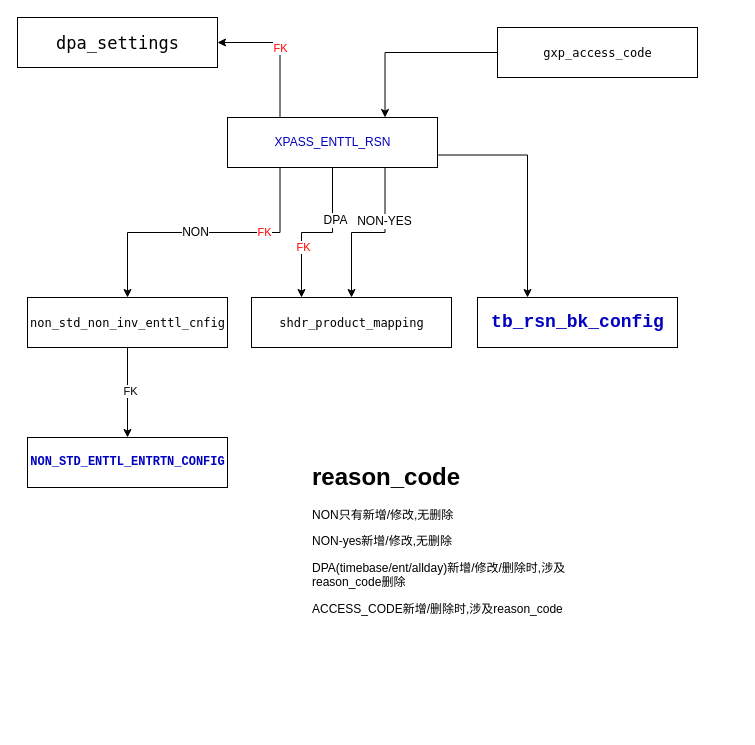
The draw.io diagram disney/reason_code.drawio in lixyu/draw, before the edit. Source tidied: cells renumbered, new cells numbered last; positions are measured from the earlier drawing's top-left corner, leaving out a move shared by most shapes. Both pictures are drawn from the tidied source at 100%, with x=0, y=0 at pixel (17, 17).
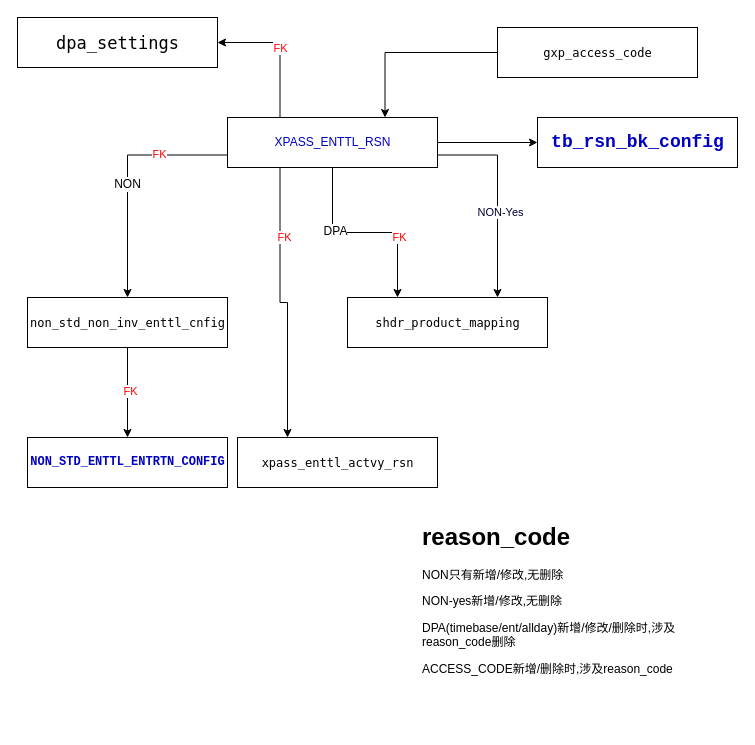
Above is the later version.

Unchanged cells that the change refers to:
```xml
<mxCell id="12" value="&lt;p style=&quot;background-color: rgb(255 , 255 , 255) ; color: rgb(51 , 51 , 51)&quot;&gt;&lt;span style=&quot;color: rgb(0 , 0 , 192)&quot;&gt;&lt;font style=&quot;font-size: 12px&quot;&gt;XPASS_ENTTL_RSN&lt;/font&gt;&lt;/span&gt;&lt;/p&gt;" style="html=1;" parent="1" vertex="1">
  <mxGeometry x="210" y="100" width="210" height="50" as="geometry" />
</mxCell>
<mxCell id="14" style="edgeStyle=orthogonalEdgeStyle;rounded=0;jettySize=auto;html=1;exitX=0.5;exitY=1;exitDx=0;exitDy=0;fontSize=12;" parent="1" edge="1" source="16" target="13">
  <mxGeometry relative="1" as="geometry" />
</mxCell>
<mxCell id="16" value="&lt;pre style=&quot;background-color: rgb(255 , 255 , 255) ; color: rgb(51 , 51 , 51)&quot;&gt;&lt;p class=&quot;p1&quot; style=&quot;margin: 0px ; font-stretch: normal ; line-height: normal ; font-family: &amp;#34;menlo&amp;#34; ; color: rgb(0 , 0 , 0)&quot;&gt;non_std_non_inv_enttl_cnfig&lt;/p&gt;&lt;/pre&gt;" style="html=1;" parent="1" vertex="1">
  <mxGeometry x="10" y="280" width="200" height="50" as="geometry" />
</mxCell>
<mxCell id="21" value="&lt;pre style=&quot;background-color: rgb(255 , 255 , 255) ; color: rgb(51 , 51 , 51)&quot;&gt;&lt;p class=&quot;p1&quot; style=&quot;margin: 0px ; font-stretch: normal ; font-size: 17px ; line-height: normal ; font-family: &amp;#34;menlo&amp;#34; ; color: rgb(0 , 0 , 0)&quot;&gt;dpa_settings&lt;/p&gt;&lt;/pre&gt;" style="html=1;" parent="1" vertex="1">
  <mxGeometry width="200" height="50" as="geometry" />
</mxCell>
```

Diff of the diagram source:
```diff
@@
-    <mxCell id="2" style="edgeStyle=orthogonalEdgeStyle;rounded=0;jettySize=auto;html=1;exitX=0.25;exitY=1;exitDx=0;exitDy=0;fontSize=12;" parent="1" edge="1" source="12" target="16">
+    <mxCell id="2" style="edgeStyle=orthogonalEdgeStyle;rounded=0;jettySize=auto;html=1;exitX=0;exitY=0.75;exitDx=0;exitDy=0;fontSize=12;" parent="1" edge="1" source="12" target="16">
       <mxGeometry relative="1" as="geometry" />
     </mxCell>
@@
+    <mxCell id="11" value="&lt;font color=&quot;#ff0000&quot;&gt;FK&lt;/font&gt;" style="edgeStyle=orthogonalEdgeStyle;rounded=0;jettySize=auto;html=1;exitX=0.25;exitY=0;exitDx=0;exitDy=0;entryX=1;entryY=0.5;entryDx=0;entryDy=0;" parent="1" edge="1" source="12" target="21">
+      <mxGeometry relative="1" as="geometry" />
+    </mxCell>
+    <mxCell id="23" style="edgeStyle=orthogonalEdgeStyle;rounded=0;jettySize=auto;html=1;exitX=0.25;exitY=1;exitDx=0;exitDy=0;entryX=0.25;entryY=0;entryDx=0;entryDy=0;" parent="1" edge="1" source="12" target="26">
+      <mxGeometry relative="1" as="geometry">
+        <Array as="points">
+          <mxPoint x="263" y="285" />
+          <mxPoint x="270" y="285" />
+        </Array>
+      </mxGeometry>
+    </mxCell>
+    <mxCell id="24" value="&lt;font color=&quot;#ff0000&quot;&gt;FK&lt;/font&gt;" style="edgeLabel;html=1;align=center;verticalAlign=middle;" parent="23" vertex="1">
+      <mxGeometry x="-0.5" y="4" relative="1" as="geometry" />
+    </mxCell>
+    <mxCell id="10" style="edgeStyle=orthogonalEdgeStyle;rounded=0;jettySize=auto;html=1;exitX=1;exitY=0.5;exitDx=0;exitDy=0;entryX=0;entryY=0.5;entryDx=0;entryDy=0;" parent="1" edge="1" source="12" target="22">
+      <mxGeometry relative="1" as="geometry" />
+    </mxCell>
-    <mxCell id="8" style="edgeStyle=orthogonalEdgeStyle;rounded=0;jettySize=auto;html=1;exitX=0.75;exitY=1;exitDx=0;exitDy=0;entryX=0.5;entryY=0;entryDx=0;entryDy=0;fontSize=12;" parent="1" edge="1" source="12" target="17">
+    <mxCell id="8" style="edgeStyle=orthogonalEdgeStyle;rounded=0;jettySize=auto;html=1;exitX=1;exitY=0.75;exitDx=0;exitDy=0;entryX=0.75;entryY=0;entryDx=0;entryDy=0;fontColor=#FF0000;" parent="1" edge="1" source="12" target="17">
       <mxGeometry relative="1" as="geometry" />
     </mxCell>
-    <mxCell id="9" value="NON-YES" style="edgeLabel;html=1;align=center;verticalAlign=middle;fontSize=12;" parent="8" vertex="1">
-      <mxGeometry x="-0.35" y="-1" relative="1" as="geometry" />
-    </mxCell>
-    <mxCell id="10" style="edgeStyle=orthogonalEdgeStyle;rounded=0;jettySize=auto;html=1;exitX=1;exitY=0.75;exitDx=0;exitDy=0;entryX=0.25;entryY=0;entryDx=0;entryDy=0;" parent="1" edge="1" source="12" target="22">
-      <mxGeometry relative="1" as="geometry" />
-    </mxCell>
-    <mxCell id="11" value="&lt;font color=&quot;#ff0000&quot;&gt;FK&lt;/font&gt;" style="edgeStyle=orthogonalEdgeStyle;rounded=0;jettySize=auto;html=1;exitX=0.25;exitY=0;exitDx=0;exitDy=0;entryX=1;entryY=0.5;entryDx=0;entryDy=0;" parent="1" edge="1" source="12" target="21">
-      <mxGeometry relative="1" as="geometry" />
-    </mxCell>
+    <mxCell id="25" value="&lt;font color=&quot;#000033&quot;&gt;NON-Yes&lt;/font&gt;" style="edgeLabel;html=1;align=center;verticalAlign=middle;fontColor=#FF0000;" parent="8" vertex="1">
+      <mxGeometry x="0.15" y="2" relative="1" as="geometry">
+        <mxPoint y="1" as="offset" />
+      </mxGeometry>
+    </mxCell>
@@
-    <mxCell id="15" value="FK" style="edgeLabel;html=1;align=center;verticalAlign=middle;" parent="14" vertex="1">
+    <mxCell id="15" value="&lt;font color=&quot;#ff0000&quot;&gt;FK&lt;/font&gt;" style="edgeLabel;html=1;align=center;verticalAlign=middle;" parent="14" vertex="1">
       <mxGeometry x="-0.04" y="2" relative="1" as="geometry" />
     </mxCell>
@@
     <mxCell id="17" value="&lt;pre style=&quot;background-color: rgb(255 , 255 , 255) ; color: rgb(51 , 51 , 51)&quot;&gt;&lt;p class=&quot;p1&quot; style=&quot;margin: 0px ; font-stretch: normal ; line-height: normal ; font-family: &amp;#34;menlo&amp;#34; ; color: rgb(0 , 0 , 0)&quot;&gt;shdr_product_mapping&lt;/p&gt;&lt;/pre&gt;" style="html=1;" parent="1" vertex="1">
-      <mxGeometry x="234" y="280" width="200" height="50" as="geometry" />
+      <mxGeometry x="330" y="280" width="200" height="50" as="geometry" />
     </mxCell>
@@
     <mxCell id="20" value="&lt;h1&gt;reason_code&lt;/h1&gt;&lt;p&gt;NON只有新增/修改,无删除&lt;/p&gt;&lt;p&gt;NON-yes新增/修改,无删除&lt;br&gt;&lt;/p&gt;&lt;p&gt;DPA(timebase/ent/allday)新增/修改/删除时,涉及reason_code删除&lt;/p&gt;&lt;p&gt;ACCESS_CODE新增/删除时,涉及reason_code&lt;/p&gt;&lt;p&gt;&lt;br&gt;&lt;/p&gt;" style="text;html=1;strokeColor=none;fillColor=none;spacing=5;spacingTop=-20;whiteSpace=wrap;overflow=hidden;rounded=0;fontSize=12;" parent="1" vertex="1">
-      <mxGeometry x="290" y="440" width="290" height="210" as="geometry" />
+      <mxGeometry x="400" y="500" width="290" height="210" as="geometry" />
     </mxCell>
@@
     <mxCell id="22" value="&lt;pre style=&quot;background-color: rgb(255 , 255 , 255) ; color: rgb(51 , 51 , 51)&quot;&gt;&lt;pre style=&quot;font-family: , monospace ; font-size: 13.5pt&quot;&gt;&lt;span style=&quot;color: #0000c0 ; font-weight: bold&quot;&gt;tb_rsn_bk_config&lt;/span&gt;&lt;/pre&gt;&lt;/pre&gt;" style="html=1;" parent="1" vertex="1">
-      <mxGeometry x="460" y="280" width="200" height="50" as="geometry" />
+      <mxGeometry x="520" y="100" width="200" height="50" as="geometry" />
     </mxCell>
+    <mxCell id="26" value="&lt;pre style=&quot;background-color: rgb(255 , 255 , 255) ; color: rgb(51 , 51 , 51)&quot;&gt;&lt;p class=&quot;p1&quot; style=&quot;margin: 0px ; font-stretch: normal ; line-height: normal ; font-family: &amp;#34;menlo&amp;#34; ; color: rgb(0 , 0 , 0)&quot;&gt;xpass_enttl_actvy_rsn&lt;/p&gt;&lt;/pre&gt;" style="html=1;" parent="1" vertex="1">
+      <mxGeometry x="220" y="420" width="200" height="50" as="geometry" />
+    </mxCell>
```
